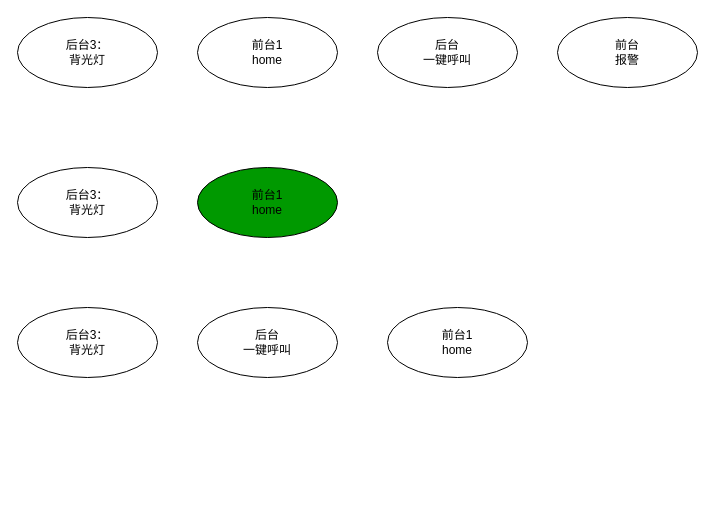
Above: 未命名绘图.drawio in liyunhao2/technology (draw.io), before the change. Source tidied: cells renumbered, new cells numbered last; positions are measured from the earlier drawing's top-left corner, leaving out a move shared by most shapes. Both pictures are drawn from the tidied source at 100%, with x=0, y=0 at pixel (17, 17).
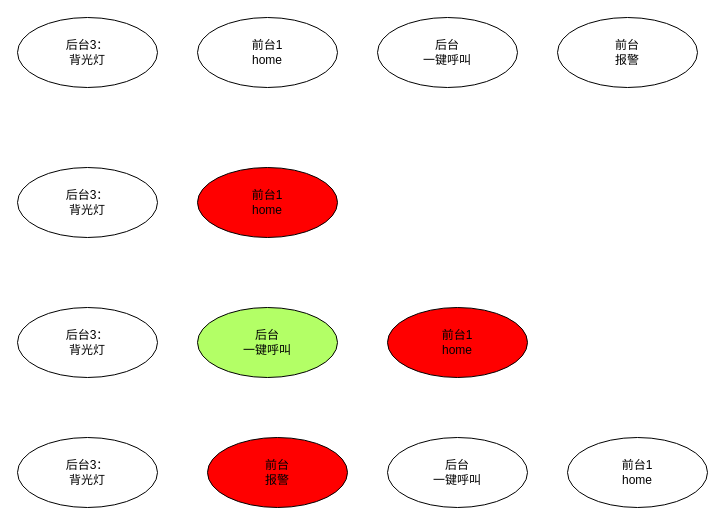
After the change.

Commit message (it also covers changes not shown here):
更新未命名绘图.drawio

The edit, as a diff of the source:
```diff
@@
 <mxGraphModel>
   <root>
     <mxCell id="0" />
     <mxCell id="1" parent="0" />
     <mxCell id="2" value="后台3：&lt;br&gt;背光灯" style="ellipse;whiteSpace=wrap;html=1;" parent="1" vertex="1">
       <mxGeometry width="140" height="70" as="geometry" />
     </mxCell>
     <mxCell id="3" value="前台1&lt;br&gt;home" style="ellipse;whiteSpace=wrap;html=1;" parent="1" vertex="1">
       <mxGeometry x="180" width="140" height="70" as="geometry" />
     </mxCell>
     <mxCell id="4" value="后台&lt;br&gt;一键呼叫" style="ellipse;whiteSpace=wrap;html=1;" parent="1" vertex="1">
       <mxGeometry x="360" width="140" height="70" as="geometry" />
     </mxCell>
     <mxCell id="5" value="前台&lt;br&gt;报警" style="ellipse;whiteSpace=wrap;html=1;" parent="1" vertex="1">
       <mxGeometry x="540" width="140" height="70" as="geometry" />
     </mxCell>
     <mxCell id="6" value="后台3：&lt;br&gt;背光灯" style="ellipse;whiteSpace=wrap;html=1;" parent="1" vertex="1">
       <mxGeometry y="150" width="140" height="70" as="geometry" />
     </mxCell>
-    <mxCell id="7" value="前台1&lt;br&gt;home" style="ellipse;whiteSpace=wrap;html=1;fillColor=#009900;" parent="1" vertex="1">
+    <mxCell id="7" value="前台1&lt;br&gt;home" style="ellipse;whiteSpace=wrap;html=1;fillColor=#FF0000;" parent="1" vertex="1">
       <mxGeometry x="180" y="150" width="140" height="70" as="geometry" />
     </mxCell>
     <mxCell id="8" value="后台3：&lt;br&gt;背光灯" style="ellipse;whiteSpace=wrap;html=1;" parent="1" vertex="1">
       <mxGeometry y="290" width="140" height="70" as="geometry" />
     </mxCell>
-    <mxCell id="9" value="前台1&lt;br&gt;home" style="ellipse;whiteSpace=wrap;html=1;" parent="1" vertex="1">
+    <mxCell id="9" value="前台1&lt;br&gt;home" style="ellipse;whiteSpace=wrap;html=1;fillColor=#FF0000;" parent="1" vertex="1">
       <mxGeometry x="370" y="290" width="140" height="70" as="geometry" />
     </mxCell>
-    <mxCell id="10" value="后台&lt;br&gt;一键呼叫" style="ellipse;whiteSpace=wrap;html=1;" parent="1" vertex="1">
+    <mxCell id="10" value="后台&lt;br&gt;一键呼叫" style="ellipse;whiteSpace=wrap;html=1;fillColor=#B3FF66;" parent="1" vertex="1">
       <mxGeometry x="180" y="290" width="140" height="70" as="geometry" />
     </mxCell>
+    <mxCell id="11" value="后台3：&lt;br&gt;背光灯" style="ellipse;whiteSpace=wrap;html=1;" parent="1" vertex="1">
+      <mxGeometry y="420" width="140" height="70" as="geometry" />
+    </mxCell>
+    <mxCell id="12" value="前台1&lt;br&gt;home" style="ellipse;whiteSpace=wrap;html=1;" parent="1" vertex="1">
+      <mxGeometry x="550" y="420" width="140" height="70" as="geometry" />
+    </mxCell>
+    <mxCell id="13" value="后台&lt;br&gt;一键呼叫" style="ellipse;whiteSpace=wrap;html=1;fillColor=#FFFFFF;" parent="1" vertex="1">
+      <mxGeometry x="370" y="420" width="140" height="70" as="geometry" />
+    </mxCell>
+    <mxCell id="14" value="前台&lt;br&gt;报警" style="ellipse;whiteSpace=wrap;html=1;fillColor=#FF0000;" parent="1" vertex="1">
+      <mxGeometry x="190" y="420" width="140" height="70" as="geometry" />
+    </mxCell>
   </root>
 </mxGraphModel>
```
